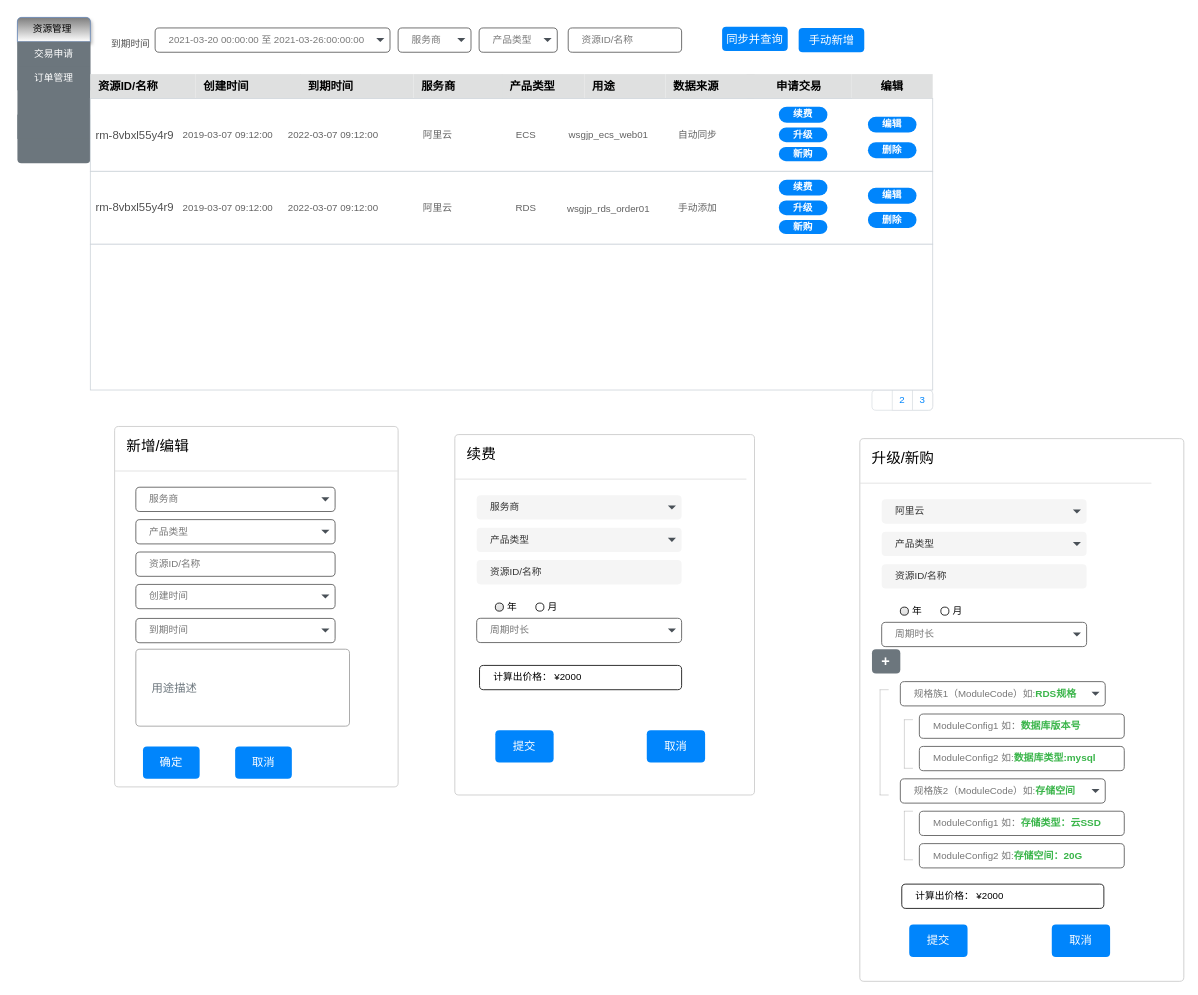
The draw.io diagram page "资源管理" (1 of 3) of 阿里云交易.drawio in mashifei/uml, before the edit. Source tidied: cells renumbered, new cells numbered last; positions are measured from the earlier drawing's top-left corner, leaving out a move shared by most shapes. Both pictures are drawn from the tidied source at 81%, with x=0, y=0 at pixel (17, 17).
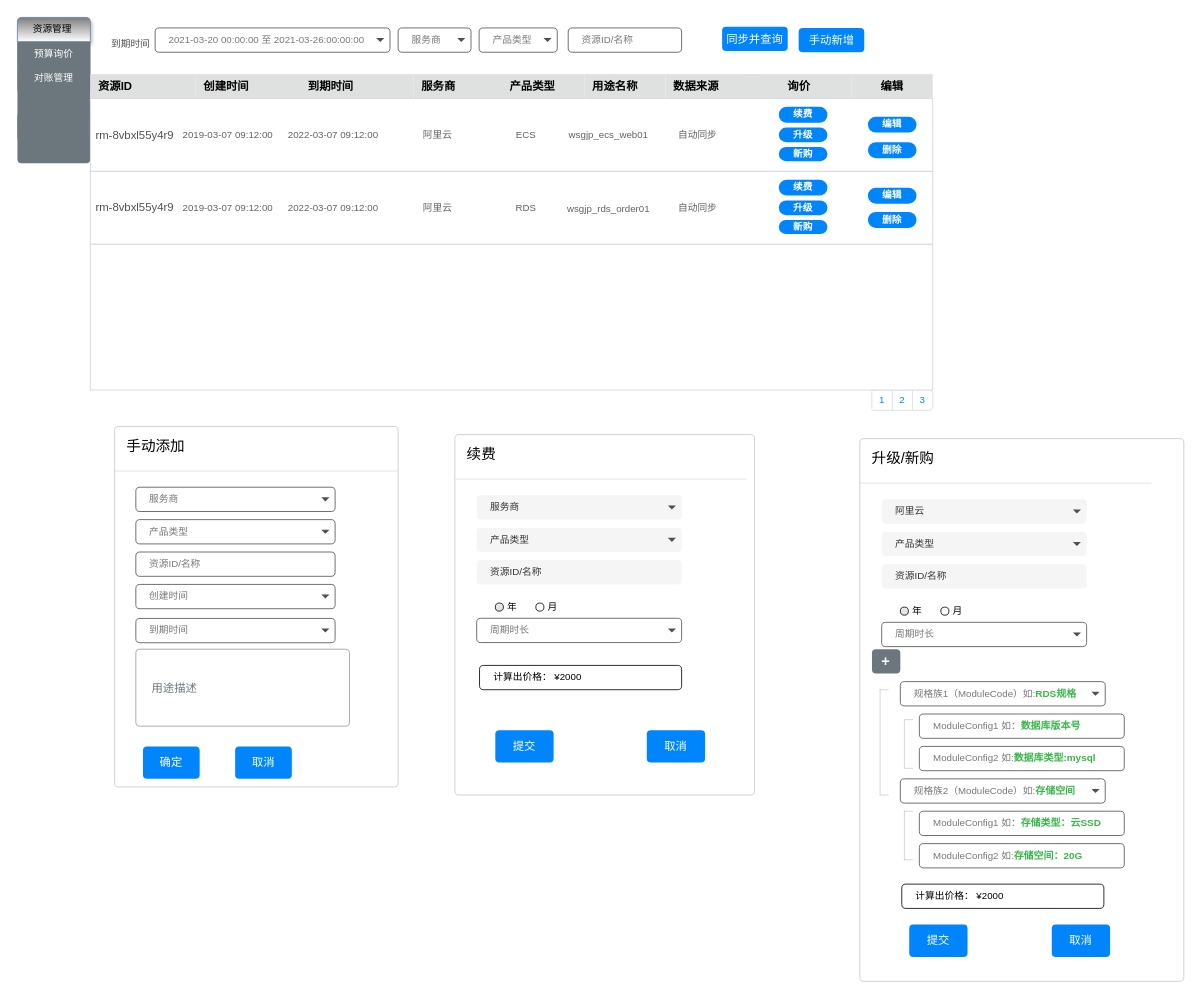
The same page after the edit.

Unchanged cells that the change refers to:
```xml
<mxCell id="16" style="html=1;shadow=0;dashed=0;shape=mxgraph.bootstrap.rrect;rSize=5;strokeColor=none;html=1;whiteSpace=wrap;fillColor=#6C767D;fontColor=#ffffff;" parent="1" vertex="1">
  <mxGeometry width="90" height="180" as="geometry" />
</mxCell>
<mxCell id="43" style="html=1;shadow=0;dashed=0;shape=mxgraph.bootstrap.rrect;rSize=5;strokeColor=#DEE2E6;html=1;whiteSpace=wrap;fillColor=#ffffff;fontColor=#0085FC;rounded=0;sketch=0;align=center;" parent="1" vertex="1">
  <mxGeometry x="1055" y="460" width="75" height="25" as="geometry" />
</mxCell>
<mxCell id="58" style="group;" parent="1" vertex="1">
  <mxGeometry x="90" y="190" width="1040" height="90" as="geometry" />
</mxCell>
```

What changed in the source:
```diff
@@
-    <mxCell id="2" value="新增/编辑" style="html=1;shadow=0;dashed=0;shape=mxgraph.bootstrap.rrect;rSize=5;html=1;strokeColor=#C8C8C8;fillColor=#ffffff;whiteSpace=wrap;verticalAlign=top;align=left;fontSize=18;spacing=15;spacingTop=-5;rounded=0;sketch=0;" parent="1" vertex="1">
+    <mxCell id="2" value="手动添加" style="html=1;shadow=0;dashed=0;shape=mxgraph.bootstrap.rrect;rSize=5;html=1;strokeColor=#C8C8C8;fillColor=#ffffff;whiteSpace=wrap;verticalAlign=top;align=left;fontSize=18;spacing=15;spacingTop=-5;rounded=0;sketch=0;" parent="1" vertex="1">
       <mxGeometry x="120" y="505" width="350" height="445" as="geometry" />
     </mxCell>
@@
-    <mxCell id="18" value="交易申请" style="strokeColor=inherit;fillColor=inherit;gradientColor=inherit;fontColor=inherit;html=1;shadow=0;dashed=0;perimeter=none;whiteSpace=wrap;" parent="16" vertex="1">
+    <mxCell id="18" value="预算询价" style="strokeColor=inherit;fillColor=inherit;gradientColor=inherit;fontColor=inherit;html=1;shadow=0;dashed=0;perimeter=none;whiteSpace=wrap;" parent="16" vertex="1">
       <mxGeometry width="90" height="30" relative="1" as="geometry">
         <mxPoint y="30" as="offset" />
       </mxGeometry>
     </mxCell>
-    <mxCell id="19" value="订单管理" style="strokeColor=inherit;fillColor=inherit;gradientColor=inherit;fontColor=inherit;html=1;shadow=0;dashed=0;perimeter=none;whiteSpace=wrap;" parent="16" vertex="1">
+    <mxCell id="19" value="对账管理" style="strokeColor=inherit;fillColor=inherit;gradientColor=inherit;fontColor=inherit;html=1;shadow=0;dashed=0;perimeter=none;whiteSpace=wrap;" parent="16" vertex="1">
       <mxGeometry width="90" height="30" relative="1" as="geometry">
         <mxPoint y="60" as="offset" />
       </mxGeometry>
     </mxCell>
@@
-    <mxCell id="21" value="资源ID/名称" style="rounded=0;whiteSpace=wrap;html=1;arcSize=50;strokeColor=none;strokeWidth=1;fontColor=#000000;whiteSpace=wrap;align=left;verticalAlign=middle;spacingLeft=0;fontStyle=1;fontSize=14;spacing=10;fillColor=#DFE0E0;" parent="1" vertex="1">
+    <mxCell id="21" value="资源ID" style="rounded=0;whiteSpace=wrap;html=1;arcSize=50;strokeColor=none;strokeWidth=1;fontColor=#000000;whiteSpace=wrap;align=left;verticalAlign=middle;spacingLeft=0;fontStyle=1;fontSize=14;spacing=10;fillColor=#DFE0E0;" parent="1" vertex="1">
       <mxGeometry x="90" y="70" width="130" height="30" as="geometry" />
     </mxCell>
-    <mxCell id="22" value="用途" style="rounded=0;whiteSpace=wrap;html=1;arcSize=50;strokeColor=none;strokeWidth=1;fontColor=#000000;whiteSpace=wrap;align=left;verticalAlign=middle;spacingLeft=0;fontStyle=1;fontSize=14;spacing=10;fillColor=#DFE0E0;" parent="1" vertex="1">
+    <mxCell id="22" value="用途名称" style="rounded=0;whiteSpace=wrap;html=1;arcSize=50;strokeColor=none;strokeWidth=1;fontColor=#000000;whiteSpace=wrap;align=left;verticalAlign=middle;spacingLeft=0;fontStyle=1;fontSize=14;spacing=10;fillColor=#DFE0E0;" parent="1" vertex="1">
       <mxGeometry x="700" y="70" width="100" height="30" as="geometry" />
     </mxCell>
@@
-    <mxCell id="28" value="申请交易" style="rounded=0;whiteSpace=wrap;html=1;arcSize=50;strokeColor=none;strokeWidth=1;fontColor=#000000;whiteSpace=wrap;align=center;verticalAlign=middle;spacingLeft=0;fontStyle=1;fontSize=14;spacing=10;fillColor=#DFE0E0;" parent="1" vertex="1">
+    <mxCell id="28" value="询价" style="rounded=0;whiteSpace=wrap;html=1;arcSize=50;strokeColor=none;strokeWidth=1;fontColor=#000000;whiteSpace=wrap;align=center;verticalAlign=middle;spacingLeft=0;fontStyle=1;fontSize=14;spacing=10;fillColor=#DFE0E0;" parent="1" vertex="1">
       <mxGeometry x="900" y="70" width="130" height="30" as="geometry" />
     </mxCell>
@@
+    <mxCell id="122" value="1" style="strokeColor=inherit;fillColor=inherit;gradientColor=inherit;fontColor=inherit;html=1;shadow=0;dashed=0;perimeter=none;whiteSpace=wrap;fontSize=12;" parent="43" vertex="1">
+      <mxGeometry width="25" height="25" as="geometry" />
+    </mxCell>
@@
-    <mxCell id="66" value="手动添加" style="text;strokeColor=none;fillColor=none;align=center;verticalAlign=middle;whiteSpace=wrap;rounded=0;shadow=0;dashed=0;sketch=0;fontSize=12;fontColor=#505050;spacing=2;textOpacity=90;" parent="58" vertex="1">
+    <mxCell id="66" value="自动同步" style="text;strokeColor=none;fillColor=none;align=center;verticalAlign=middle;whiteSpace=wrap;rounded=0;shadow=0;dashed=0;sketch=0;fontSize=12;fontColor=#505050;spacing=2;textOpacity=90;" parent="58" vertex="1">
       <mxGeometry x="720" y="22.5" width="60" height="45" as="geometry" />
     </mxCell>
```
